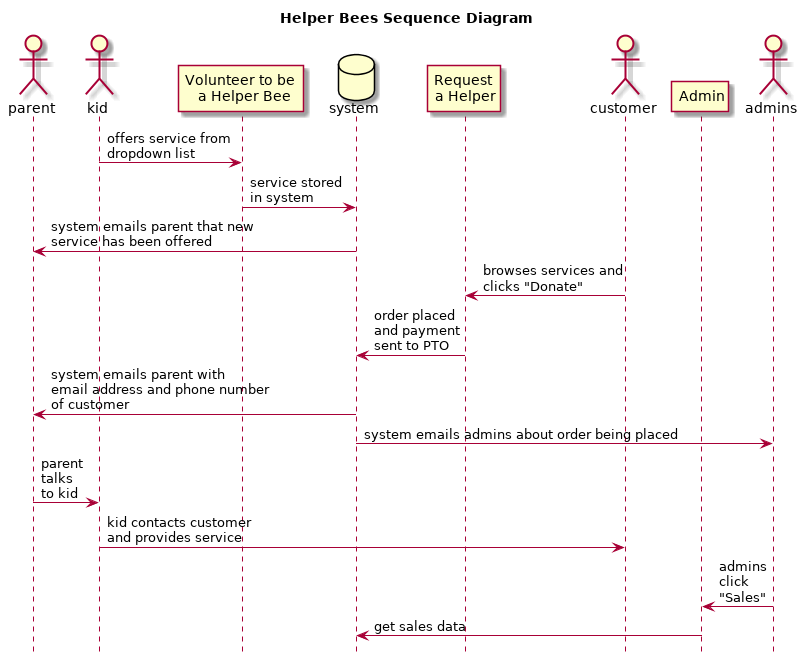
This is docs/sequence.png from CoolidgeCornerSchool/helperbees, a PlantUML export, as it was before one commit.
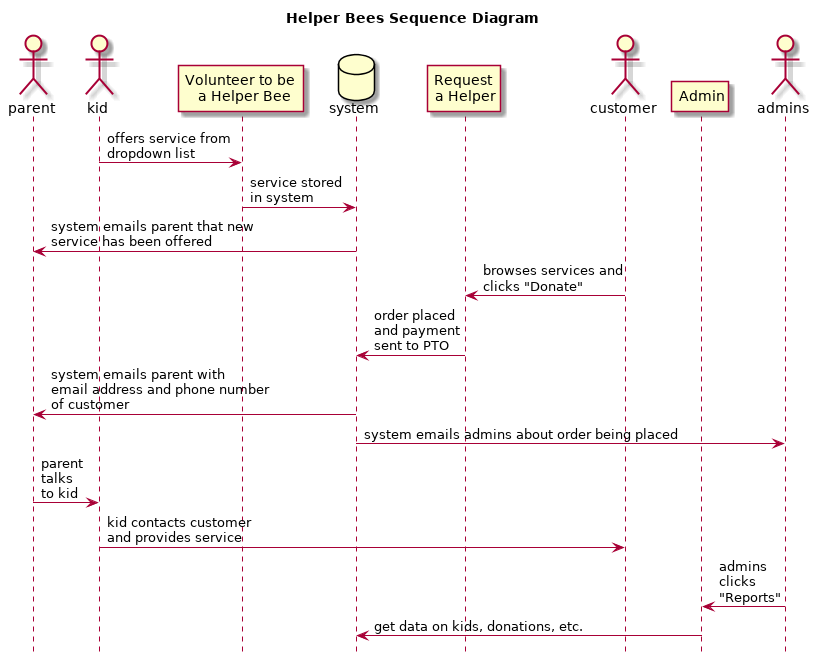
After the change.

Commit message:
change "sales" to "donations"

Change to the diagram source:
```diff
@@ -21,7 +21,7 @@
 system -> admins : system emails admins about order being placed
 parent -> kid : parent\ntalks\nto kid
 kid -> customer : kid contacts customer\nand provides service
-admins -> "Admin" : admins\nclick\n"Sales"
-"Admin" -> system : get sales data
+admins -> "Admin" : admins\nclicks\n"Reports"
+"Admin" -> system : get data on kids, donations, etc.
 
 @enduml
```
